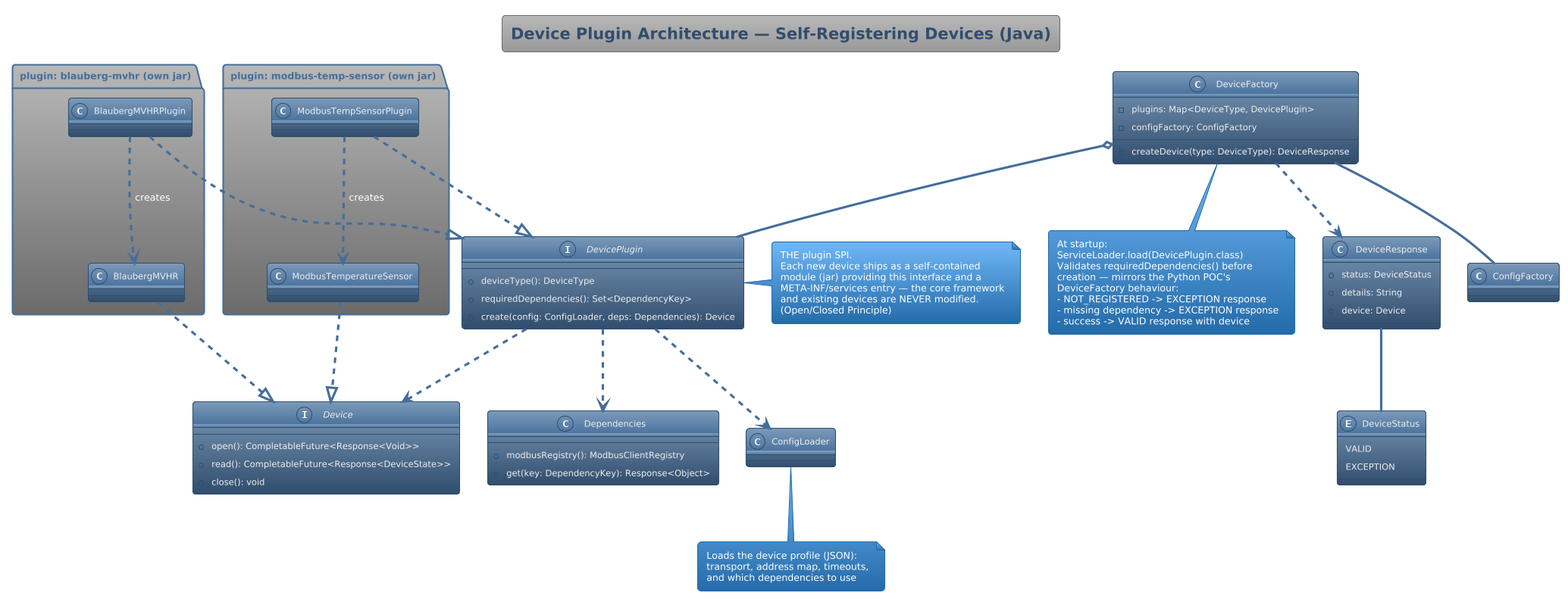
This is designs/02 Device Plugin Architecture.png from OODesigns/modbus-abstraction-layer, a PlantUML export, as it was before one commit. The source it was exported from:
```plantuml
@startuml
!theme spacelab

title Device Plugin Architecture — Self-Registering Devices (Java)

interface Device {
  +open(): CompletableFuture<Response<Void>>
  +read(): CompletableFuture<Response<DeviceState>>
  +close(): void
}

interface DevicePlugin {
  +deviceType(): DeviceType
  +requiredDependencies(): Set<DependencyKey>
  +create(config: ConfigLoader, deps: Dependencies): Device
}
note right of DevicePlugin
  THE plugin SPI.
  Each new device ships as a self-contained
  module (jar) providing this interface and a
  META-INF/services entry — the core framework
  and existing devices are NEVER modified.
  (Open/Closed Principle)
end note

class DeviceFactory {
  -plugins: Map<DeviceType, DevicePlugin>
  -configFactory: ConfigFactory
  +createDevice(type: DeviceType): DeviceResponse
}
note bottom of DeviceFactory
  At startup:
  ServiceLoader.load(DevicePlugin.class)
  Validates requiredDependencies() before
  creation — mirrors the Python POC's
  DeviceFactory behaviour:
  - NOT_REGISTERED -> EXCEPTION response
  - missing dependency -> EXCEPTION response
  - success -> VALID response with device
end note

class DeviceResponse {
  +status: DeviceStatus
  +details: String
  +device: Device
}

enum DeviceStatus {
  VALID
  EXCEPTION
}

class Dependencies {
  +modbusRegistry(): ModbusClientRegistry
  +get(key: DependencyKey): Response<Object>
}

class ConfigFactory {}
class ConfigLoader {}
note bottom of ConfigLoader
  Loads the device profile (JSON):
  transport, address map, timeouts,
  and which dependencies to use
end note

package "plugin: blauberg-mvhr (own jar)" {
  class BlaubergMVHRPlugin {}
  class BlaubergMVHR {}
}

package "plugin: modbus-temp-sensor (own jar)" {
  class ModbusTempSensorPlugin {}
  class ModbusTemperatureSensor {}
}

DeviceFactory o-- DevicePlugin : discovers via ServiceLoader
DeviceFactory -- ConfigFactory
DeviceFactory ..> DeviceResponse : returns
DeviceResponse -- DeviceStatus
DevicePlugin ..> Device : creates
DevicePlugin ..> Dependencies : receives
DevicePlugin ..> ConfigLoader : receives

BlaubergMVHRPlugin ..|> DevicePlugin
BlaubergMVHRPlugin ..> BlaubergMVHR : creates
BlaubergMVHR ..|> Device

ModbusTempSensorPlugin ..|> DevicePlugin
ModbusTempSensorPlugin ..> ModbusTemperatureSensor : creates
ModbusTemperatureSensor ..|> Device

@enduml
```
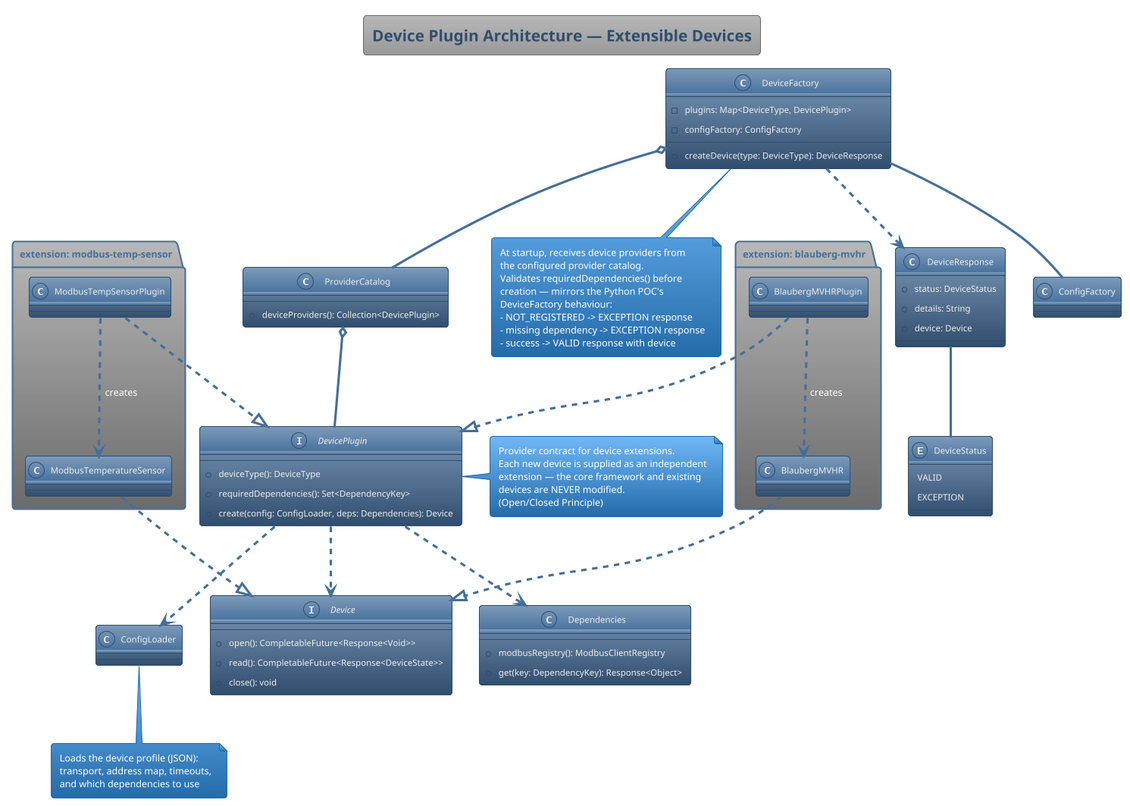
After the change.

Commit message:
docs: make provider design implementation-neutral

What changed in the source:
```diff
@@ -1,7 +1,7 @@
 @startuml
 !theme spacelab
 
-title Device Plugin Architecture — Self-Registering Devices (Java)
+title Device Plugin Architecture — Extensible Devices
 
 interface Device {
   +open(): CompletableFuture<Response<Void>>
@@ -15,11 +15,10 @@
   +create(config: ConfigLoader, deps: Dependencies): Device
 }
 note right of DevicePlugin
-  THE plugin SPI.
-  Each new device ships as a self-contained
-  module (jar) providing this interface and a
-  META-INF/services entry — the core framework
-  and existing devices are NEVER modified.
+  Provider contract for device extensions.
+  Each new device is supplied as an independent
+  extension — the core framework and existing
+  devices are NEVER modified.
   (Open/Closed Principle)
 end note
 
@@ -29,8 +28,8 @@
   +createDevice(type: DeviceType): DeviceResponse
 }
 note bottom of DeviceFactory
-  At startup:
-  ServiceLoader.load(DevicePlugin.class)
+  At startup, receives device providers from
+  the configured provider catalog.
   Validates requiredDependencies() before
   creation — mirrors the Python POC's
   DeviceFactory behaviour:
@@ -55,6 +54,10 @@
   +get(key: DependencyKey): Response<Object>
 }
 
+class ProviderCatalog {
+  +deviceProviders(): Collection<DevicePlugin>
+}
+
 class ConfigFactory {}
 class ConfigLoader {}
 note bottom of ConfigLoader
@@ -63,17 +66,18 @@
   and which dependencies to use
 end note
 
-package "plugin: blauberg-mvhr (own jar)" {
+package "extension: blauberg-mvhr" {
   class BlaubergMVHRPlugin {}
   class BlaubergMVHR {}
 }
 
-package "plugin: modbus-temp-sensor (own jar)" {
+package "extension: modbus-temp-sensor" {
   class ModbusTempSensorPlugin {}
   class ModbusTemperatureSensor {}
 }
 
-DeviceFactory o-- DevicePlugin : discovers via ServiceLoader
+DeviceFactory o-- ProviderCatalog : obtains device providers from
+ProviderCatalog o-- DevicePlugin
 DeviceFactory -- ConfigFactory
 DeviceFactory ..> DeviceResponse : returns
 DeviceResponse -- DeviceStatus
```
